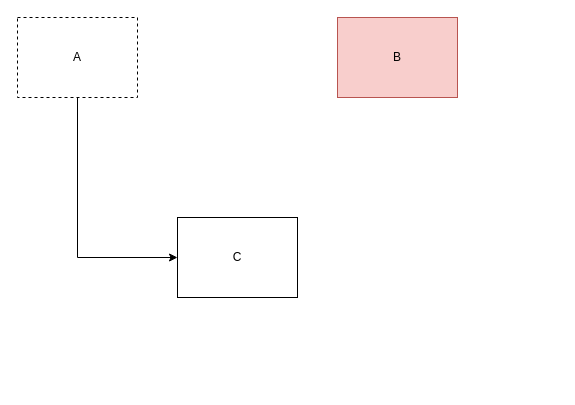
This is page "Page-1" (1 of 2) of docs/test.drawio from ingentics/vision-draw-spatial, a draw.io file, before an edit. Source tidied: cells renumbered, new cells numbered last; positions are measured from the earlier drawing's top-left corner, leaving out a move shared by most shapes. Both pictures are drawn from the tidied source at 100%, with x=0, y=0 at pixel (17, 17).
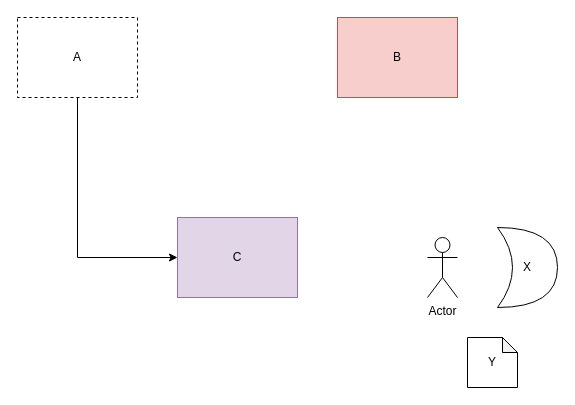
After the change.

Commit message (it also covers changes not shown here):
Feuille de route : Milestones 4 (éditeur de forme) et 5 (formes géométriques) ; fichier de test

The edit, as a diff of the source:
```diff
@@
 <mxGraphModel>
   <root>
     <mxCell id="0" />
     <mxCell id="1" parent="0" />
     <mxCell id="2" style="edgeStyle=orthogonalEdgeStyle;rounded=0;jettySize=auto;html=1;exitX=0.5;exitY=1;exitDx=0;exitDy=0;entryX=0;entryY=0.5;entryDx=0;entryDy=0;" parent="1" edge="1" source="3" target="5">
       <mxGeometry relative="1" as="geometry" />
     </mxCell>
     <mxCell id="3" value="A" style="rounded=0;whiteSpace=wrap;html=1;dashed=1;" parent="1" vertex="1">
       <mxGeometry width="120" height="80" as="geometry" />
     </mxCell>
     <mxCell id="4" value="B" style="rounded=0;whiteSpace=wrap;html=1;fillColor=#f8cecc;strokeColor=#b85450;" parent="1" vertex="1">
       <mxGeometry x="320" width="120" height="80" as="geometry" />
     </mxCell>
-    <mxCell id="5" value="C" style="rounded=0;whiteSpace=wrap;html=1;" parent="1" vertex="1">
+    <mxCell id="5" value="C" style="rounded=0;whiteSpace=wrap;html=1;fillColor=#e1d5e7;strokeColor=#9673a6;" parent="1" vertex="1">
       <mxGeometry x="160" y="200" width="120" height="80" as="geometry" />
     </mxCell>
+    <mxCell id="6" value="Actor" style="shape=umlActor;verticalLabelPosition=bottom;verticalAlign=top;html=1;" parent="1" vertex="1">
+      <mxGeometry x="410" y="220" width="30" height="60" as="geometry" />
+    </mxCell>
+    <mxCell id="7" value="X" style="shape=xor;whiteSpace=wrap;html=1;" parent="1" vertex="1">
+      <mxGeometry x="480" y="210" width="60" height="80" as="geometry" />
+    </mxCell>
+    <mxCell id="8" value="Y" style="shape=note;whiteSpace=wrap;html=1;backgroundOutline=1;darkOpacity=0.05;size=15;" parent="1" vertex="1">
+      <mxGeometry x="450" y="320" width="50" height="50" as="geometry" />
+    </mxCell>
   </root>
 </mxGraphModel>
```
